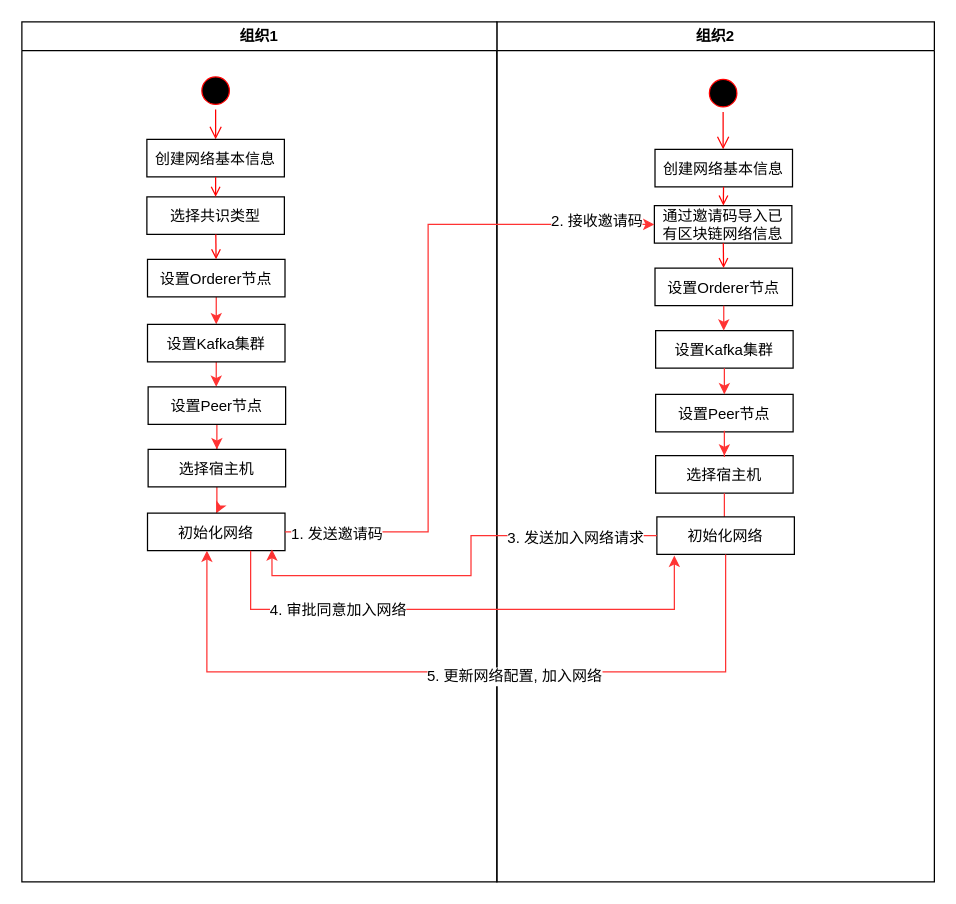
Above: repository/drawio/postb/区块链网络创建与加入.drawio in dilide/collections (draw.io), before the change. Source tidied: cells renumbered, new cells numbered last; positions are measured from the earlier drawing's top-left corner, leaving out a move shared by most shapes. Both pictures are drawn from the tidied source at 125%, with x=0, y=0 at pixel (21, 21).
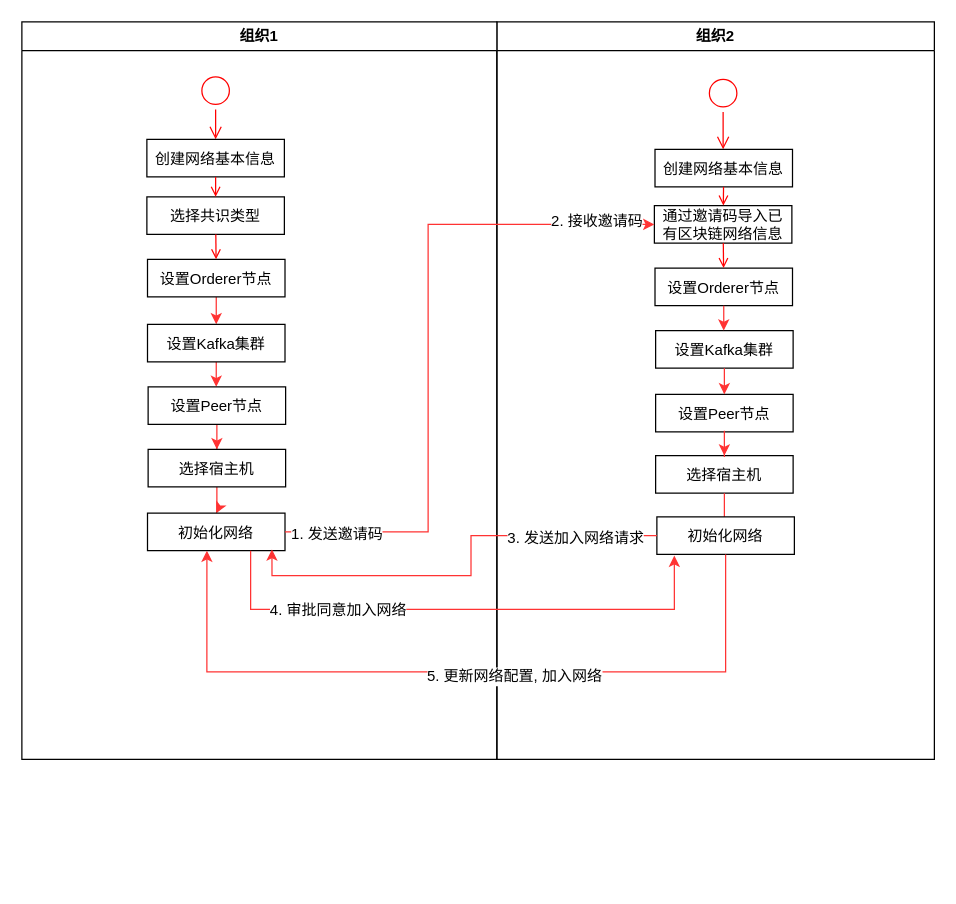
The same page after the edit.

Commit message:
Added 区块链网络创建与加入.drawio

Change to the diagram source:
```diff
@@
     <mxCell id="2" value="组织2" style="swimlane;whiteSpace=wrap;startSize=23;" parent="1" vertex="1">
-      <mxGeometry x="380" width="350" height="688" as="geometry" />
+      <mxGeometry x="380" width="350" height="590" as="geometry" />
     </mxCell>
-    <mxCell id="3" style="ellipse;shape=startState;fillColor=#000000;strokeColor=#ff0000;" parent="2" vertex="1">
+    <mxCell id="3" style="ellipse;shape=startState;fillColor=none;strokeColor=#ff0000;" parent="2" vertex="1">
       <mxGeometry x="166" y="42" width="30" height="30" as="geometry" />
     </mxCell>
@@
     <mxCell id="18" value="组织1" style="swimlane;whiteSpace=wrap;" parent="1" vertex="1">
-      <mxGeometry width="380" height="688" as="geometry" />
+      <mxGeometry width="380" height="590" as="geometry" />
     </mxCell>
-    <mxCell id="19" style="ellipse;shape=startState;fillColor=#000000;strokeColor=#ff0000;" parent="18" vertex="1">
+    <mxCell id="19" style="ellipse;shape=startState;fillColor=none;strokeColor=#ff0000;" parent="18" vertex="1">
       <mxGeometry x="140" y="40" width="30" height="30" as="geometry" />
     </mxCell>
```
